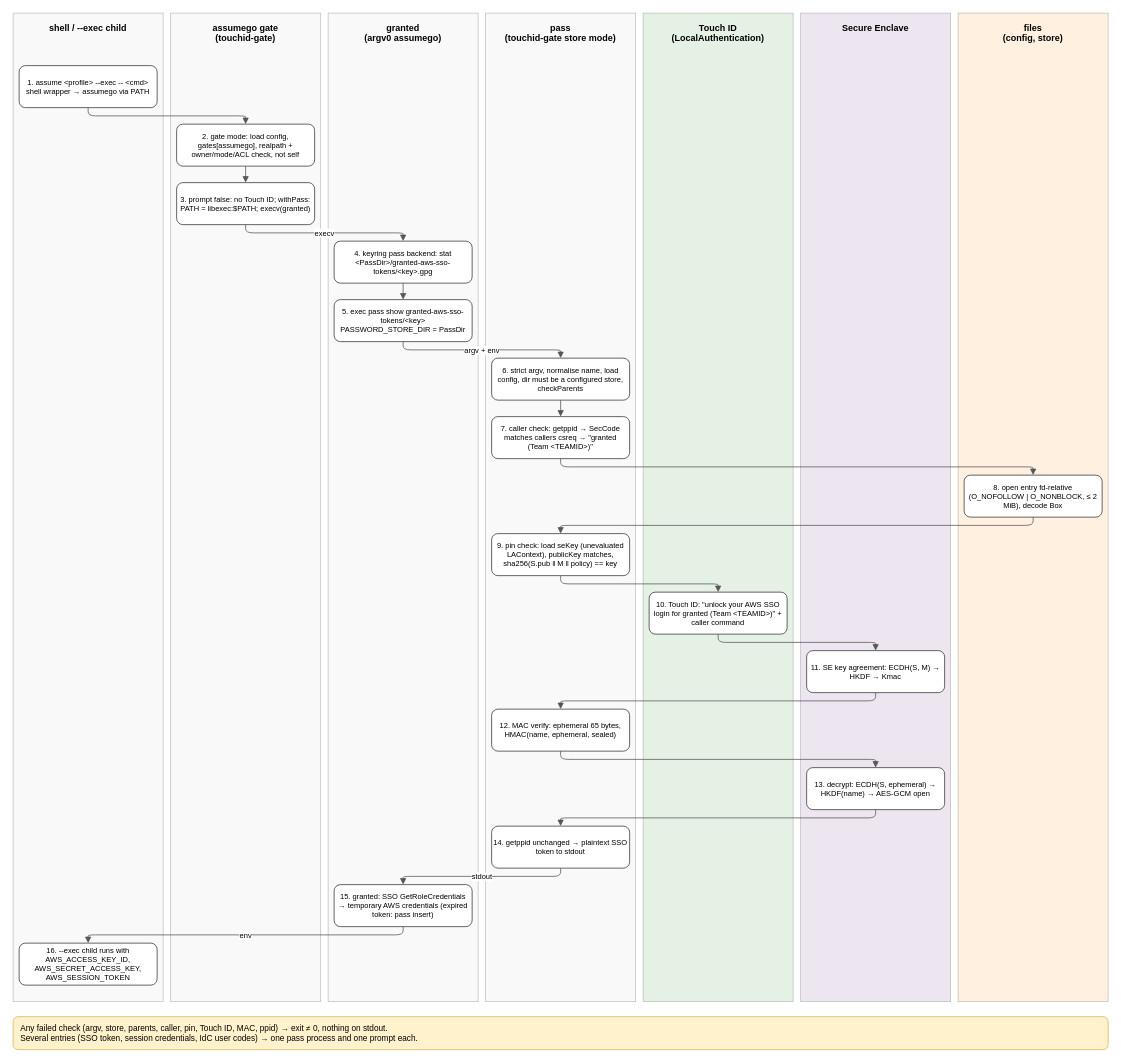
Above: page "assume flow" (2 of 2) of docs/architecture.drawio in saefty/touchid-gate (draw.io), before the change. Source tidied: cells renumbered, new cells numbered last; positions are measured from the earlier drawing's top-left corner, leaving out a move shared by most shapes. Both pictures are drawn from the tidied source at 75%, with x=0, y=0 at pixel (13, 13).
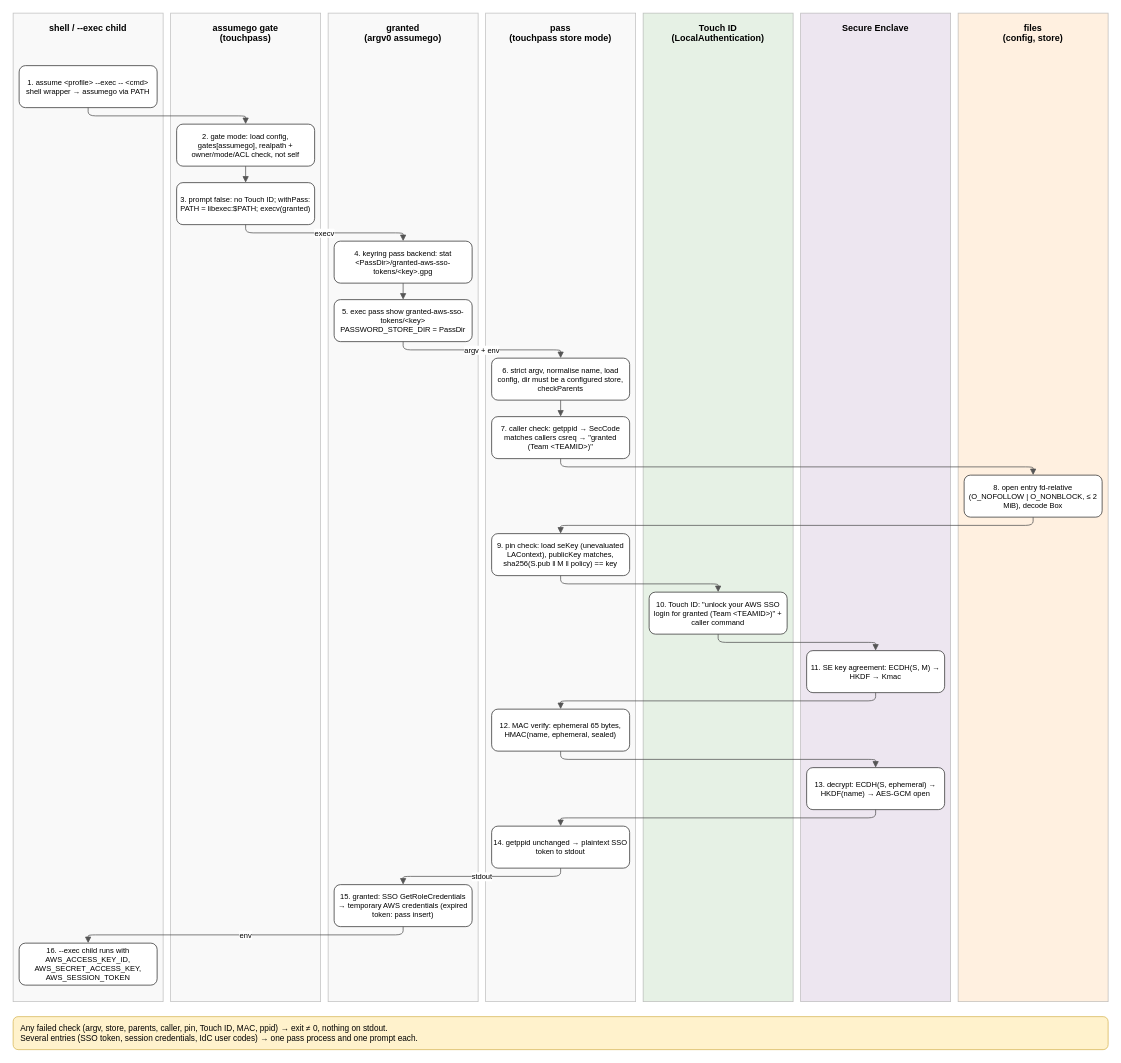
After the change.

What changed in the source:
```diff
@@
-    <mxCell id="3" value="assumego gate&lt;br&gt;(touchid-gate)" style="rounded=0;whiteSpace=wrap;html=1;verticalAlign=top;fontStyle=1;fontSize=12;fillColor=#F5F5F5;strokeColor=#999999;opacity=60;spacingTop=6;" parent="1" vertex="1">
+    <mxCell id="3" value="assumego gate&lt;br&gt;(touchpass)" style="rounded=0;whiteSpace=wrap;html=1;verticalAlign=top;fontStyle=1;fontSize=12;fillColor=#F5F5F5;strokeColor=#999999;opacity=60;spacingTop=6;" parent="1" vertex="1">
       <mxGeometry x="210" width="200" height="1318" as="geometry" />
     </mxCell>
@@
-    <mxCell id="5" value="pass&lt;br&gt;(touchid-gate store mode)" style="rounded=0;whiteSpace=wrap;html=1;verticalAlign=top;fontStyle=1;fontSize=12;fillColor=#F5F5F5;strokeColor=#999999;opacity=60;spacingTop=6;" parent="1" vertex="1">
+    <mxCell id="5" value="pass&lt;br&gt;(touchpass store mode)" style="rounded=0;whiteSpace=wrap;html=1;verticalAlign=top;fontStyle=1;fontSize=12;fillColor=#F5F5F5;strokeColor=#999999;opacity=60;spacingTop=6;" parent="1" vertex="1">
       <mxGeometry x="630" width="200" height="1318" as="geometry" />
     </mxCell>
```
